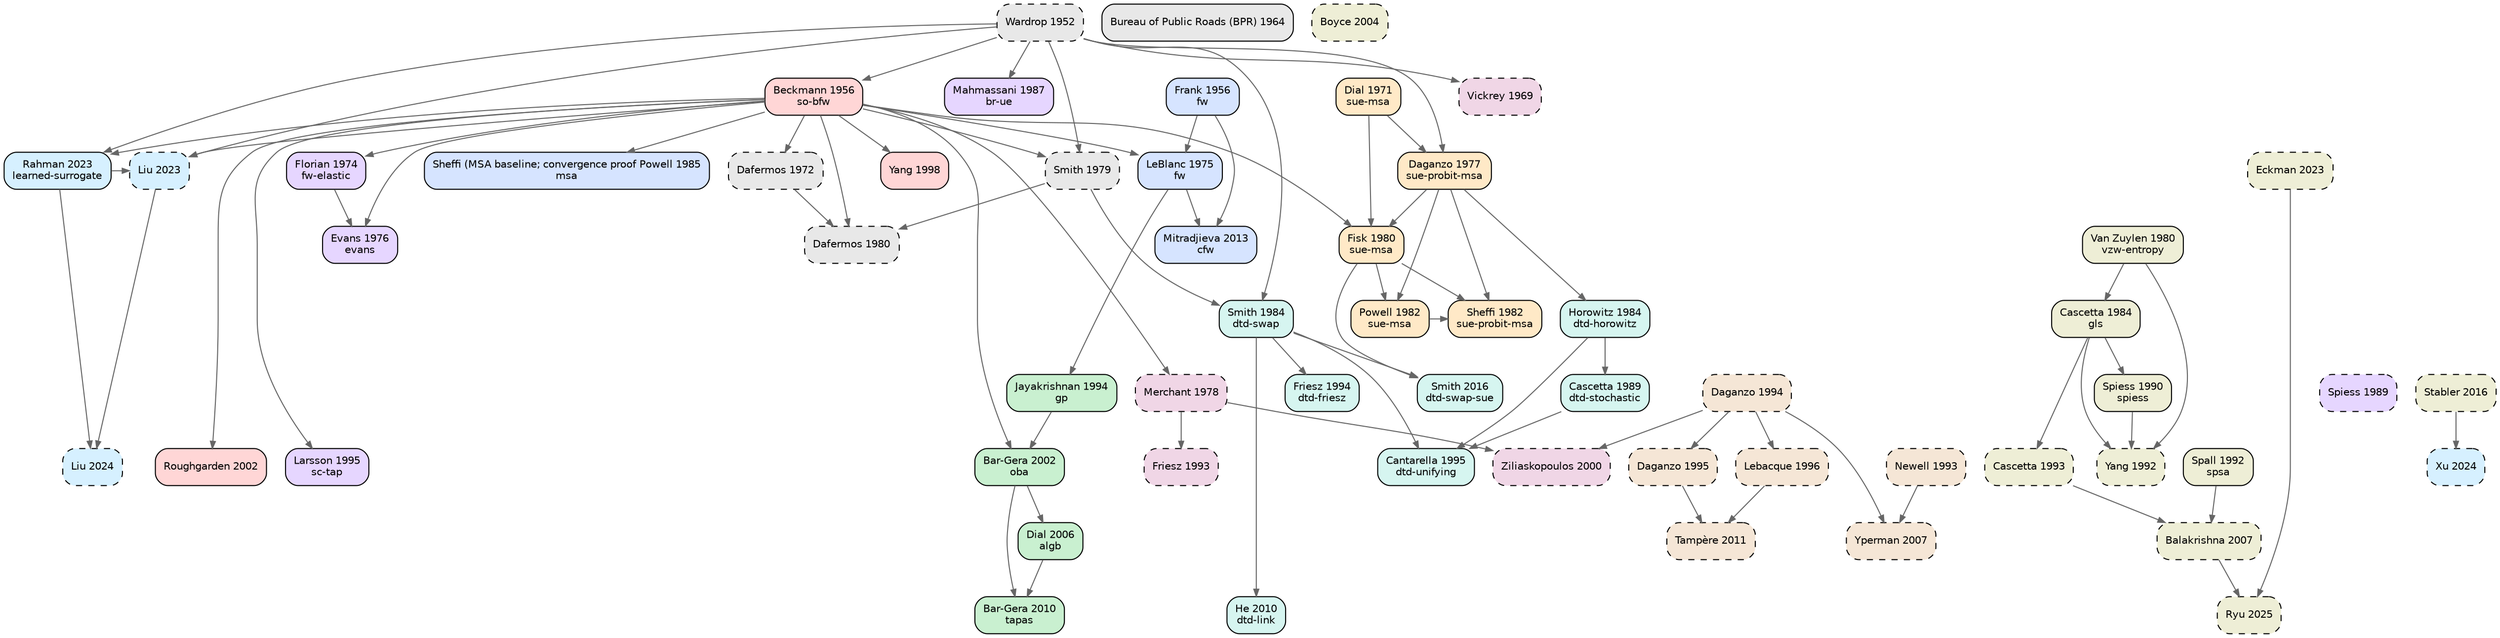
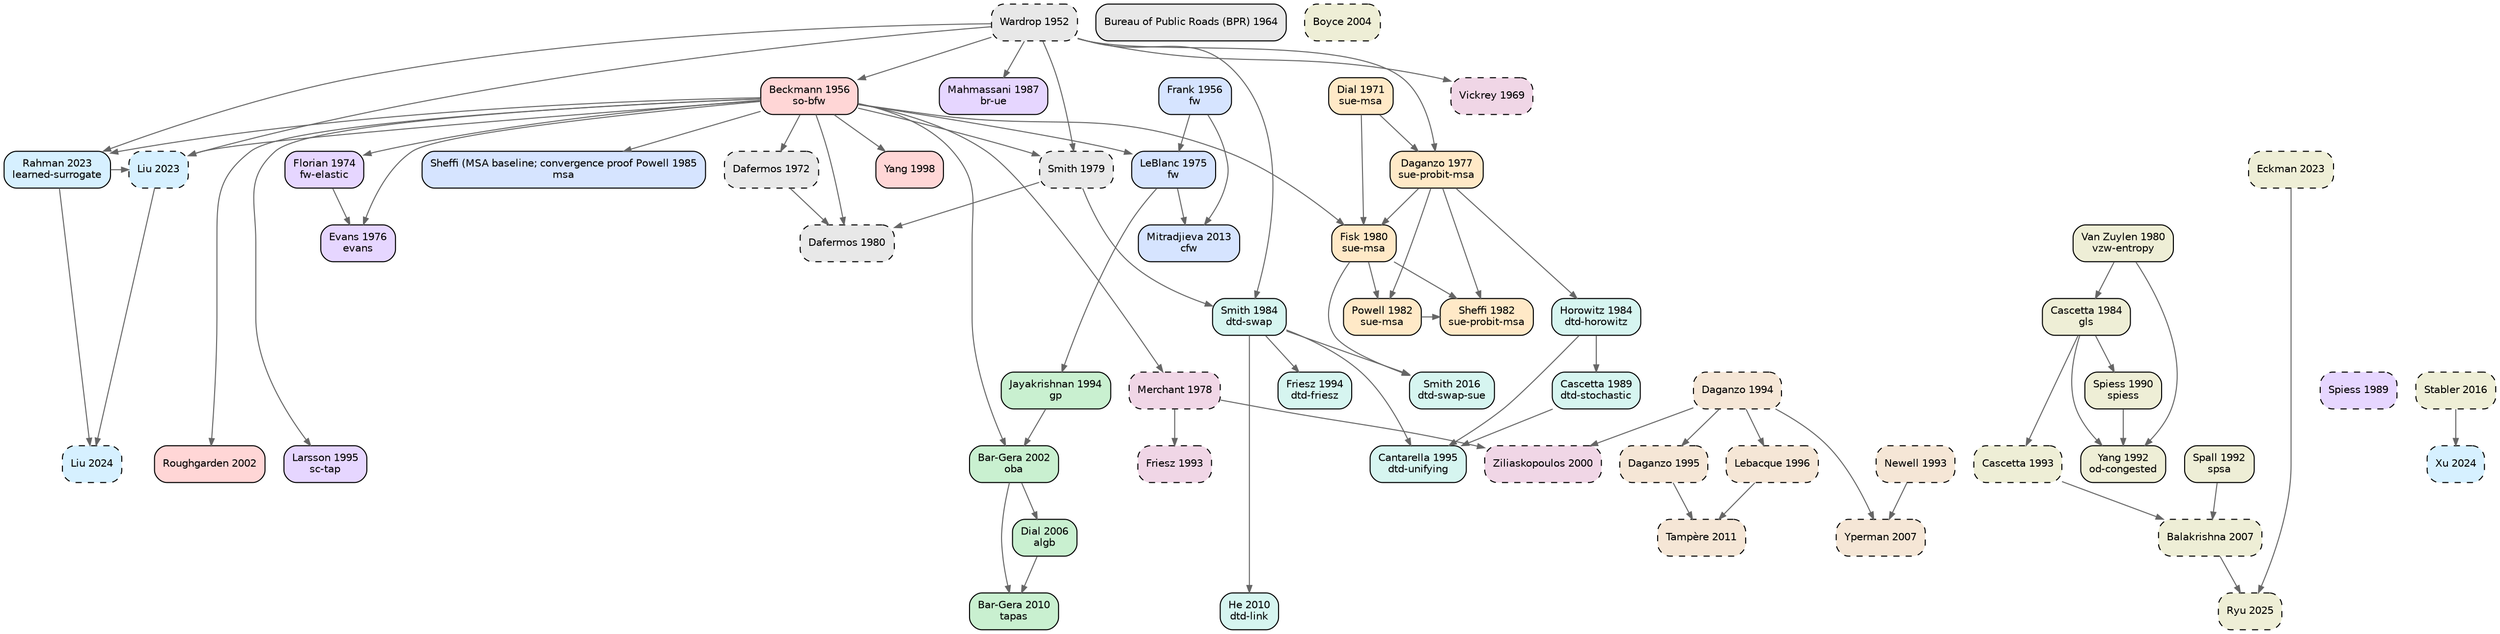
digraph TA_evolution {
  rankdir=TB; node [shape=box,style="rounded,filled",fontname="Helvetica",fontsize=10];
  edge [color="#666666",arrowsize=0.7];
  { rank=same; "wardrop1952some" }
  { rank=same; "frank1956algorithm" "beckmann1956studies" }
  { rank=same; "bpr1964traffic" }
  { rank=same; "vickrey1969congestion" }
  { rank=same; "dial1971probabilistic" }
  { rank=same; "dafermos1972traffic" }
  { rank=same; "florian1974method" }
  { rank=same; "leblanc1975efficient" }
  { rank=same; "evans1976derivation" }
  { rank=same; "daganzo1977stochastic" }
  { rank=same; "merchant1978model" }
  { rank=same; "smith1979existence" }
  { rank=same; "dafermos1980traffic" "fisk1980some" "vanzuylen1980most" }
  { rank=same; "powell1982convergence" "sheffi1982algorithm" }
  { rank=same; "horowitz1984stability" "smith1984stability" "cascetta1984estimation" }
  { rank=same; "sheffi1985urban" }
  { rank=same; "mahmassani1987on" }
  { rank=same; "spiess1989optimal" "cascetta1989stochastic" }
  { rank=same; "spiess1990gradient" }
  { rank=same; "spall1992multivariate" "yang1992estimation" }
  { rank=same; "newell1993simplified" "friesz1993variational" "cascetta1993dynamic" }
  { rank=same; "jayakrishnan1994faster" "friesz1994daytoday" "daganzo1994cell" }
  { rank=same; "larsson1995augmented" "cantarella1995dynamic" "daganzo1995cell" }
  { rank=same; "lebacque1996godunov" }
  { rank=same; "yang1998principle" }
  { rank=same; "ziliaskopoulos2000linear" }
  { rank=same; "bargera2002origin" "roughgarden2002how" }
  { rank=same; "boyce2004convergence" }
  { rank=same; "dial2006path" }
  { rank=same; "yperman2007link" "balakrishna2007offline" }
  { rank=same; "bargera2010traffic" "he2010linkbased" }
  { rank=same; "tampere2011generic" }
  { rank=same; "mitradjieva2013stiff" }
  { rank=same; "smith2016routeswapping" "stabler2016transportation" }
  { rank=same; "liu2023end" "rahman2023data" "eckman2023simopt" }
  { rank=same; "liu2024end" "xu2024unified" }
  { rank=same; "ryu2025bo4mob" }
  "wardrop1952some" [label="Wardrop 1952\n",fillcolor="#e8e8e8",style="rounded,filled,dashed"];
  "bpr1964traffic" [label="Bureau of Public Roads (BPR) 1964\n",fillcolor="#e8e8e8",style="rounded,filled"];
  "dafermos1972traffic" [label="Dafermos 1972\n",fillcolor="#e8e8e8",style="rounded,filled,dashed"];
  "smith1979existence" [label="Smith 1979\n",fillcolor="#e8e8e8",style="rounded,filled,dashed"];
  "dafermos1980traffic" [label="Dafermos 1980\n",fillcolor="#e8e8e8",style="rounded,filled,dashed"];
  "frank1956algorithm" [label="Frank 1956\nfw",fillcolor="#d6e4ff",style="rounded,filled"];
  "leblanc1975efficient" [label="LeBlanc 1975\nfw",fillcolor="#d6e4ff",style="rounded,filled"];
  "sheffi1985urban" [label="Sheffi (MSA baseline; convergence proof Powell 1985\nmsa",fillcolor="#d6e4ff",style="rounded,filled"];
  "mitradjieva2013stiff" [label="Mitradjieva 2013\ncfw",fillcolor="#d6e4ff",style="rounded,filled"];
  "jayakrishnan1994faster" [label="Jayakrishnan 1994\ngp",fillcolor="#c9f0d0",style="rounded,filled"];
  "bargera2002origin" [label="Bar-Gera 2002\noba",fillcolor="#c9f0d0",style="rounded,filled"];
  "dial2006path" [label="Dial 2006\nalgb",fillcolor="#c9f0d0",style="rounded,filled"];
  "bargera2010traffic" [label="Bar-Gera 2010\ntapas",fillcolor="#c9f0d0",style="rounded,filled"];
  "dial1971probabilistic" [label="Dial 1971\nsue-msa",fillcolor="#ffe9c7",style="rounded,filled"];
  "daganzo1977stochastic" [label="Daganzo 1977\nsue-probit-msa",fillcolor="#ffe9c7",style="rounded,filled"];
  "fisk1980some" [label="Fisk 1980\nsue-msa",fillcolor="#ffe9c7",style="rounded,filled"];
  "powell1982convergence" [label="Powell 1982\nsue-msa",fillcolor="#ffe9c7",style="rounded,filled"];
  "sheffi1982algorithm" [label="Sheffi 1982\nsue-probit-msa",fillcolor="#ffe9c7",style="rounded,filled"];
  "beckmann1956studies" [label="Beckmann 1956\nso-bfw",fillcolor="#ffd6d6",style="rounded,filled"];
  "yang1998principle" [label="Yang 1998\n",fillcolor="#ffd6d6",style="rounded,filled"];
  "roughgarden2002how" [label="Roughgarden 2002\n",fillcolor="#ffd6d6",style="rounded,filled"];
  "florian1974method" [label="Florian 1974\nfw-elastic",fillcolor="#e6d6ff",style="rounded,filled"];
  "evans1976derivation" [label="Evans 1976\nevans",fillcolor="#e6d6ff",style="rounded,filled"];
  "mahmassani1987on" [label="Mahmassani 1987\nbr-ue",fillcolor="#e6d6ff",style="rounded,filled"];
  "spiess1989optimal" [label="Spiess 1989\n",fillcolor="#e6d6ff",style="rounded,filled,dashed"];
  "larsson1995augmented" [label="Larsson 1995\nsc-tap",fillcolor="#e6d6ff",style="rounded,filled"];
  "horowitz1984stability" [label="Horowitz 1984\ndtd-horowitz",fillcolor="#d6f5f0",style="rounded,filled"];
  "smith1984stability" [label="Smith 1984\ndtd-swap",fillcolor="#d6f5f0",style="rounded,filled"];
  "cascetta1989stochastic" [label="Cascetta 1989\ndtd-stochastic",fillcolor="#d6f5f0",style="rounded,filled"];
  "friesz1994daytoday" [label="Friesz 1994\ndtd-friesz",fillcolor="#d6f5f0",style="rounded,filled"];
  "cantarella1995dynamic" [label="Cantarella 1995\ndtd-unifying",fillcolor="#d6f5f0",style="rounded,filled"];
  "he2010linkbased" [label="He 2010\ndtd-link",fillcolor="#d6f5f0",style="rounded,filled"];
  "smith2016routeswapping" [label="Smith 2016\ndtd-swap-sue",fillcolor="#d6f5f0",style="rounded,filled"];
  "newell1993simplified" [label="Newell 1993\n",fillcolor="#f5e6d6",style="rounded,filled,dashed"];
  "daganzo1994cell" [label="Daganzo 1994\n",fillcolor="#f5e6d6",style="rounded,filled,dashed"];
  "daganzo1995cell" [label="Daganzo 1995\n",fillcolor="#f5e6d6",style="rounded,filled,dashed"];
  "lebacque1996godunov" [label="Lebacque 1996\n",fillcolor="#f5e6d6",style="rounded,filled,dashed"];
  "yperman2007link" [label="Yperman 2007\n",fillcolor="#f5e6d6",style="rounded,filled,dashed"];
  "tampere2011generic" [label="Tampère 2011\n",fillcolor="#f5e6d6",style="rounded,filled,dashed"];
  "vickrey1969congestion" [label="Vickrey 1969\n",fillcolor="#f0d6e6",style="rounded,filled,dashed"];
  "merchant1978model" [label="Merchant 1978\n",fillcolor="#f0d6e6",style="rounded,filled,dashed"];
  "friesz1993variational" [label="Friesz 1993\n",fillcolor="#f0d6e6",style="rounded,filled,dashed"];
  "ziliaskopoulos2000linear" [label="Ziliaskopoulos 2000\n",fillcolor="#f0d6e6",style="rounded,filled,dashed"];
  "liu2023end" [label="Liu 2023\n",fillcolor="#d6f0ff",style="rounded,filled,dashed"];
  "rahman2023data" [label="Rahman 2023\nlearned-surrogate",fillcolor="#d6f0ff",style="rounded,filled"];
  "liu2024end" [label="Liu 2024\n",fillcolor="#d6f0ff",style="rounded,filled,dashed"];
  "xu2024unified" [label="Xu 2024\n",fillcolor="#d6f0ff",style="rounded,filled,dashed"];
  "vanzuylen1980most" [label="Van Zuylen 1980\nvzw-entropy",fillcolor="#eeeed6",style="rounded,filled"];
  "cascetta1984estimation" [label="Cascetta 1984\ngls",fillcolor="#eeeed6",style="rounded,filled"];
  "spiess1990gradient" [label="Spiess 1990\nspiess",fillcolor="#eeeed6",style="rounded,filled"];
  "spall1992multivariate" [label="Spall 1992\nspsa",fillcolor="#eeeed6",style="rounded,filled"];
-   "yang1992estimation" [label="Yang 1992\n",fillcolor="#eeeed6",style="rounded,filled,dashed"];
+   "yang1992estimation" [label="Yang 1992\nod-congested",fillcolor="#eeeed6",style="rounded,filled"];
  "cascetta1993dynamic" [label="Cascetta 1993\n",fillcolor="#eeeed6",style="rounded,filled,dashed"];
  "boyce2004convergence" [label="Boyce 2004\n",fillcolor="#eeeed6",style="rounded,filled,dashed"];
  "balakrishna2007offline" [label="Balakrishna 2007\n",fillcolor="#eeeed6",style="rounded,filled,dashed"];
  "stabler2016transportation" [label="Stabler 2016\n",fillcolor="#eeeed6",style="rounded,filled,dashed"];
  "eckman2023simopt" [label="Eckman 2023\n",fillcolor="#eeeed6",style="rounded,filled,dashed"];
  "ryu2025bo4mob" [label="Ryu 2025\n",fillcolor="#eeeed6",style="rounded,filled,dashed"];
  "beckmann1956studies" -> "dafermos1972traffic";
  "wardrop1952some" -> "smith1979existence";
  "beckmann1956studies" -> "smith1979existence";
  "smith1979existence" -> "dafermos1980traffic";
  "beckmann1956studies" -> "dafermos1980traffic";
  "dafermos1972traffic" -> "dafermos1980traffic";
  "frank1956algorithm" -> "leblanc1975efficient";
  "beckmann1956studies" -> "leblanc1975efficient";
  "beckmann1956studies" -> "sheffi1985urban";
  "leblanc1975efficient" -> "mitradjieva2013stiff";
  "frank1956algorithm" -> "mitradjieva2013stiff";
  "leblanc1975efficient" -> "jayakrishnan1994faster";
  "jayakrishnan1994faster" -> "bargera2002origin";
  "beckmann1956studies" -> "bargera2002origin";
  "bargera2002origin" -> "dial2006path";
  "dial2006path" -> "bargera2010traffic";
  "bargera2002origin" -> "bargera2010traffic";
  "dial1971probabilistic" -> "daganzo1977stochastic";
  "wardrop1952some" -> "daganzo1977stochastic";
  "daganzo1977stochastic" -> "fisk1980some";
  "dial1971probabilistic" -> "fisk1980some";
  "beckmann1956studies" -> "fisk1980some";
  "fisk1980some" -> "powell1982convergence";
  "daganzo1977stochastic" -> "powell1982convergence";
  "daganzo1977stochastic" -> "sheffi1982algorithm";
  "powell1982convergence" -> "sheffi1982algorithm";
  "fisk1980some" -> "sheffi1982algorithm";
  "wardrop1952some" -> "beckmann1956studies";
  "beckmann1956studies" -> "yang1998principle";
  "beckmann1956studies" -> "roughgarden2002how";
  "beckmann1956studies" -> "florian1974method";
  "beckmann1956studies" -> "evans1976derivation";
  "florian1974method" -> "evans1976derivation";
  "wardrop1952some" -> "mahmassani1987on";
  "beckmann1956studies" -> "larsson1995augmented";
  "daganzo1977stochastic" -> "horowitz1984stability";
  "smith1979existence" -> "smith1984stability";
  "wardrop1952some" -> "smith1984stability";
  "horowitz1984stability" -> "cascetta1989stochastic";
  "smith1984stability" -> "friesz1994daytoday";
  "cascetta1989stochastic" -> "cantarella1995dynamic";
  "smith1984stability" -> "cantarella1995dynamic";
  "horowitz1984stability" -> "cantarella1995dynamic";
  "smith1984stability" -> "he2010linkbased";
  "smith1984stability" -> "smith2016routeswapping";
  "fisk1980some" -> "smith2016routeswapping";
  "daganzo1994cell" -> "daganzo1995cell";
  "daganzo1994cell" -> "lebacque1996godunov";
  "newell1993simplified" -> "yperman2007link";
  "daganzo1994cell" -> "yperman2007link";
  "daganzo1995cell" -> "tampere2011generic";
  "lebacque1996godunov" -> "tampere2011generic";
  "wardrop1952some" -> "vickrey1969congestion";
  "beckmann1956studies" -> "merchant1978model";
  "merchant1978model" -> "friesz1993variational";
  "merchant1978model" -> "ziliaskopoulos2000linear";
  "daganzo1994cell" -> "ziliaskopoulos2000linear";
  "rahman2023data" -> "liu2023end";
  "beckmann1956studies" -> "liu2023end";
  "wardrop1952some" -> "liu2023end";
  "wardrop1952some" -> "rahman2023data";
  "beckmann1956studies" -> "rahman2023data";
  "rahman2023data" -> "liu2024end";
  "liu2023end" -> "liu2024end";
  "stabler2016transportation" -> "xu2024unified";
  "vanzuylen1980most" -> "cascetta1984estimation";
  "cascetta1984estimation" -> "spiess1990gradient";
  "cascetta1984estimation" -> "yang1992estimation";
  "spiess1990gradient" -> "yang1992estimation";
  "vanzuylen1980most" -> "yang1992estimation";
  "cascetta1984estimation" -> "cascetta1993dynamic";
  "spall1992multivariate" -> "balakrishna2007offline";
  "cascetta1993dynamic" -> "balakrishna2007offline";
  "eckman2023simopt" -> "ryu2025bo4mob";
  "balakrishna2007offline" -> "ryu2025bo4mob";
}
